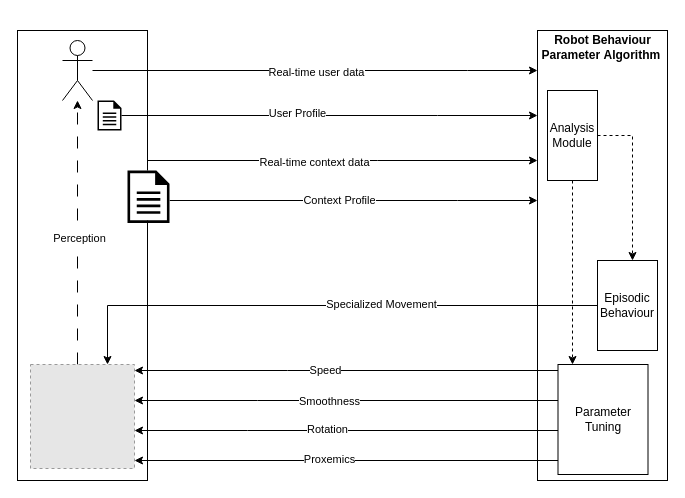
The draw.io diagram page "Page-2" (1 of 3) of Architecture.drawio in Interactions-HSG/RoPudica, before the edit. Source tidied: cells renumbered, new cells numbered last; positions are measured from the earlier drawing's top-left corner, leaving out a move shared by most shapes. Both pictures are drawn from the tidied source at 100%, with x=0, y=0 at pixel (17, 17). Pictures stored in the file or linked from it are replaced by grey dashed boxes.
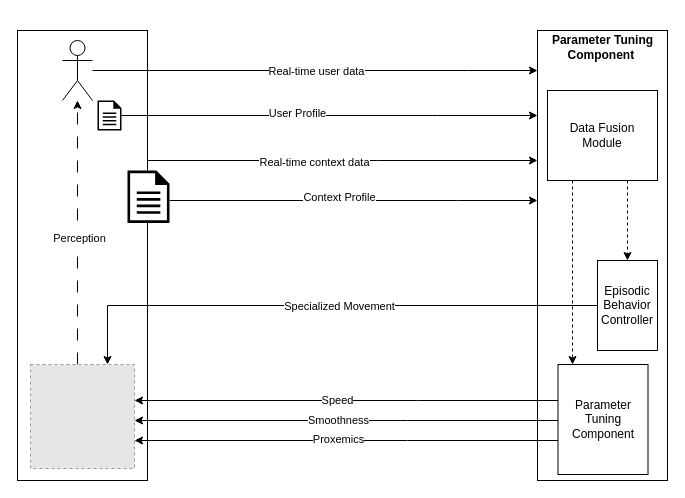
The same page after the edit.

Commit message (it also covers changes not shown here):
thesis figures

The change refers to these unchanged cells:
```xml
<mxCell id="5" style="edgeStyle=orthogonalEdgeStyle;rounded=0;jettySize=auto;html=1;" parent="1" edge="1" source="7" target="11">
  <mxGeometry relative="1" as="geometry">
    <Array as="points">
      <mxPoint x="450" y="53" />
      <mxPoint x="450" y="53" />
    </Array>
  </mxGeometry>
</mxCell>
<mxCell id="10" style="fillColor=#E6E6E6;strokeColor=#999999;dashed=1;html=1;verticalAlign=top;verticalLabelPosition=bottom;labelBackgroundColor=#ffffff;" parent="1" vertex="1">
  <mxGeometry x="13" y="347" width="104" height="104" as="geometry" />
</mxCell>
<mxCell id="15" style="edgeStyle=orthogonalEdgeStyle;rounded=0;jettySize=auto;html=1;" parent="1" edge="1" source="34" target="11">
  <mxGeometry relative="1" as="geometry">
    <Array as="points">
      <mxPoint x="440" y="183" />
      <mxPoint x="440" y="183" />
    </Array>
  </mxGeometry>
</mxCell>
<mxCell id="30" style="edgeStyle=orthogonalEdgeStyle;rounded=0;jettySize=auto;html=1;" parent="1" edge="1" source="32" target="10">
  <mxGeometry relative="1" as="geometry">
    <Array as="points">
      <mxPoint x="90" y="288" />
    </Array>
  </mxGeometry>
</mxCell>
```

Change to the diagram source:
```diff
@@
     <mxCell id="6" value="Real-time user data" style="edgeLabel;html=1;align=center;verticalAlign=middle;" parent="5" vertex="1">
-      <mxGeometry y="-1" relative="1" as="geometry" />
+      <mxGeometry y="-1" relative="1" as="geometry">
+        <mxPoint y="-1" as="offset" />
+      </mxGeometry>
     </mxCell>
@@
     <mxCell id="16" value="Context Profile" style="edgeLabel;html=1;align=center;verticalAlign=middle;" parent="15" vertex="1">
-      <mxGeometry x="-0.08" y="1" relative="1" as="geometry" />
+      <mxGeometry x="-0.08" y="1" relative="1" as="geometry">
+        <mxPoint y="-3" as="offset" />
+      </mxGeometry>
     </mxCell>
-    <mxCell id="17" value="&lt;b&gt;Robot Behaviour&lt;br&gt;Parameter&amp;nbsp;Algorithm&amp;nbsp;&lt;br&gt;&lt;/b&gt;" style="text;html=1;strokeColor=none;fillColor=none;align=center;verticalAlign=middle;whiteSpace=wrap;rounded=0;" parent="1" vertex="1">
+    <mxCell id="17" value="&lt;b&gt;Parameter Tuning Component&amp;nbsp;&lt;br&gt;&lt;/b&gt;" style="text;html=1;strokeColor=none;fillColor=none;align=center;verticalAlign=middle;whiteSpace=wrap;rounded=0;" parent="1" vertex="1">
       <mxGeometry x="523" width="125" height="60" as="geometry" />
     </mxCell>
-    <mxCell id="18" value="Parameter&lt;br&gt;Tuning" style="rounded=0;whiteSpace=wrap;html=1;" parent="1" vertex="1">
+    <mxCell id="18" value="Parameter&lt;br&gt;Tuning Component" style="rounded=0;whiteSpace=wrap;html=1;" parent="1" vertex="1">
       <mxGeometry x="540.5" y="347" width="90" height="110" as="geometry" />
     </mxCell>
     <mxCell id="19" style="edgeStyle=orthogonalEdgeStyle;rounded=0;jettySize=auto;html=1;" parent="1" edge="1" source="18" target="10">
       <mxGeometry relative="1" as="geometry">
         <Array as="points">
-          <mxPoint x="270" y="353" />
-          <mxPoint x="270" y="353" />
+          <mxPoint x="400" y="383" />
+          <mxPoint x="400" y="383" />
         </Array>
       </mxGeometry>
     </mxCell>
     <mxCell id="20" value="Speed" style="edgeLabel;html=1;align=center;verticalAlign=middle;" parent="19" vertex="1">
-      <mxGeometry x="0.1" y="-1" relative="1" as="geometry" />
+      <mxGeometry x="0.1" y="-1" relative="1" as="geometry">
+        <mxPoint x="12" as="offset" />
+      </mxGeometry>
     </mxCell>
     <mxCell id="21" style="edgeStyle=orthogonalEdgeStyle;rounded=0;jettySize=auto;html=1;" parent="1" edge="1" source="18" target="10">
       <mxGeometry relative="1" as="geometry">
         <Array as="points">
-          <mxPoint x="240" y="383" />
-          <mxPoint x="240" y="383" />
+          <mxPoint x="390" y="403" />
+          <mxPoint x="390" y="403" />
         </Array>
       </mxGeometry>
     </mxCell>
     <mxCell id="22" value="Smoothness" style="edgeLabel;html=1;align=center;verticalAlign=middle;" parent="21" vertex="1">
-      <mxGeometry x="0.08" relative="1" as="geometry" />
+      <mxGeometry x="0.08" relative="1" as="geometry">
+        <mxPoint x="9" y="-1" as="offset" />
+      </mxGeometry>
     </mxCell>
-    <mxCell id="23" style="edgeStyle=orthogonalEdgeStyle;rounded=0;jettySize=auto;html=1;" parent="1" edge="1" source="18" target="10">
-      <mxGeometry relative="1" as="geometry">
-        <Array as="points">
-          <mxPoint x="230" y="413" />
-          <mxPoint x="230" y="413" />
-        </Array>
-      </mxGeometry>
-    </mxCell>
-    <mxCell id="24" value="Rotation" style="edgeLabel;html=1;align=center;verticalAlign=middle;" parent="23" vertex="1">
-      <mxGeometry x="0.09" y="-2" relative="1" as="geometry" />
-    </mxCell>
     <mxCell id="25" style="edgeStyle=orthogonalEdgeStyle;rounded=0;jettySize=auto;html=1;" parent="1" edge="1" source="18" target="10">
       <mxGeometry relative="1" as="geometry">
         <Array as="points">
-          <mxPoint x="310" y="443" />
-          <mxPoint x="310" y="443" />
+          <mxPoint x="390" y="423" />
+          <mxPoint x="390" y="423" />
         </Array>
       </mxGeometry>
     </mxCell>
     <mxCell id="26" value="Proxemics" style="edgeLabel;html=1;align=center;verticalAlign=middle;" parent="25" vertex="1">
-      <mxGeometry x="0.08" y="-2" relative="1" as="geometry" />
+      <mxGeometry x="0.08" y="-2" relative="1" as="geometry">
+        <mxPoint x="9" as="offset" />
+      </mxGeometry>
     </mxCell>
@@
-    <mxCell id="28" value="Analysis&lt;br&gt;Module" style="rounded=0;whiteSpace=wrap;html=1;" parent="1" vertex="1">
-      <mxGeometry x="530" y="73" width="50" height="90" as="geometry" />
+    <mxCell id="28" value="Data Fusion&lt;br&gt;Module" style="rounded=0;whiteSpace=wrap;html=1;" parent="1" vertex="1">
+      <mxGeometry x="530" y="73" width="110" height="90" as="geometry" />
     </mxCell>
     <mxCell id="29" style="edgeStyle=orthogonalEdgeStyle;rounded=0;jettySize=auto;html=1;dashed=1;" parent="1" edge="1" source="28" target="32">
       <mxGeometry relative="1" as="geometry">
         <Array as="points">
-          <mxPoint x="615" y="118" />
+          <mxPoint x="610" y="203" />
+          <mxPoint x="610" y="203" />
         </Array>
       </mxGeometry>
     </mxCell>
@@
     <mxCell id="31" value="Specialized Movement" style="edgeLabel;html=1;align=center;verticalAlign=middle;" parent="30" vertex="1">
-      <mxGeometry x="-0.21" y="-2" relative="1" as="geometry" />
+      <mxGeometry x="-0.21" y="-2" relative="1" as="geometry">
+        <mxPoint x="-42" y="2" as="offset" />
+      </mxGeometry>
     </mxCell>
-    <mxCell id="32" value="Episodic Behaviour" style="rounded=0;whiteSpace=wrap;html=1;" parent="1" vertex="1">
+    <mxCell id="32" value="Episodic Behavior Controller" style="rounded=0;whiteSpace=wrap;html=1;" parent="1" vertex="1">
       <mxGeometry x="580" y="243" width="60" height="90" as="geometry" />
     </mxCell>
```
